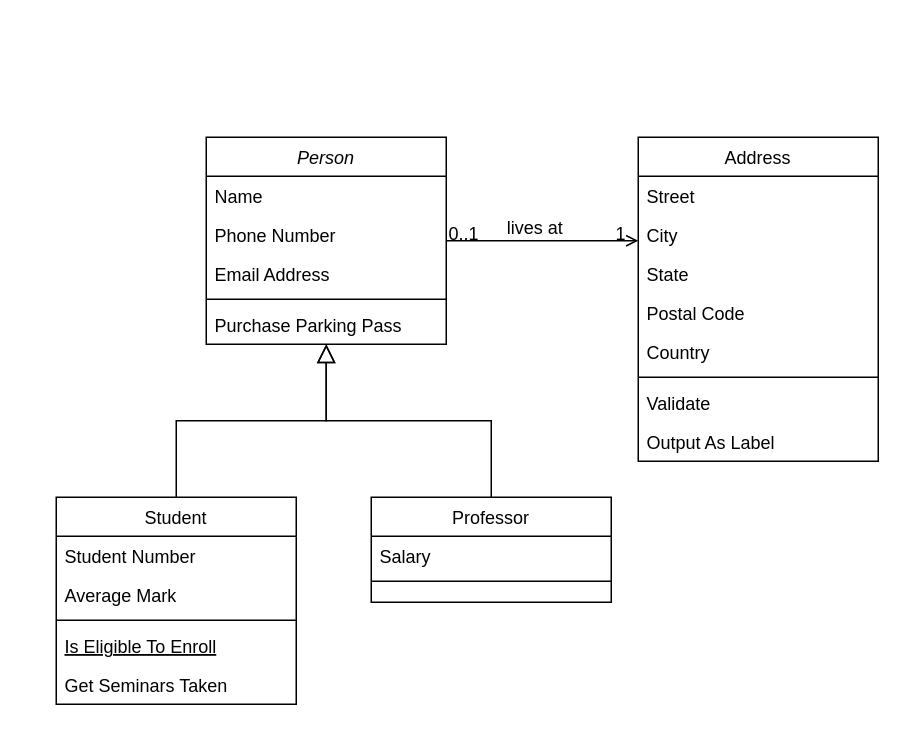
Earlier version of the draw.io diagram ERP系统框架图.drawio (Tsing201/diagram). Source tidied: cells renumbered, new cells numbered last; positions are measured from the earlier drawing's top-left corner, leaving out a move shared by most shapes. Both pictures are drawn from the tidied source at 150%, with x=0, y=0 at pixel (56, 136).
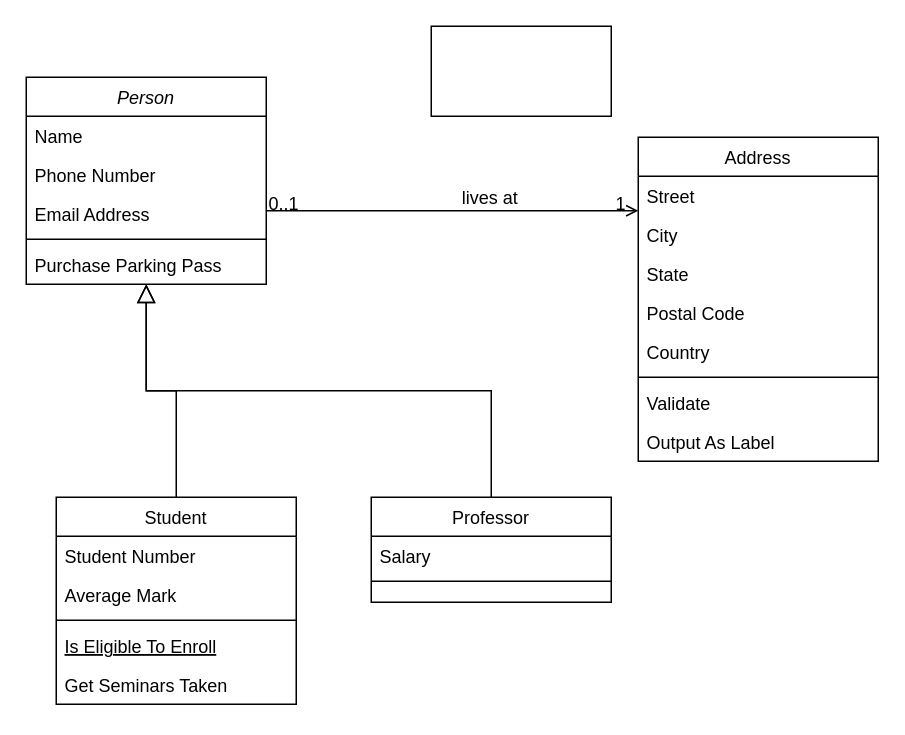
The same diagram, later.

Commit message:
更新ERP系统框架图.drawio

What changed in the source:
```diff
@@
     <mxCell id="2" value="Person" style="swimlane;fontStyle=2;align=center;verticalAlign=top;horizontal=1;startSize=26;rounded=0;shadow=0;strokeWidth=1;" parent="1" vertex="1">
-      <mxGeometry x="100" width="160" height="138" as="geometry" />
+      <mxGeometry x="-20" y="-40" width="160" height="138" as="geometry" />
     </mxCell>
@@
+    <mxCell id="32" style="rounded=0;whiteSpace=wrap;html=1;" parent="1" vertex="1">
+      <mxGeometry x="250" y="-74" width="120" height="60" as="geometry" />
+    </mxCell>
```
